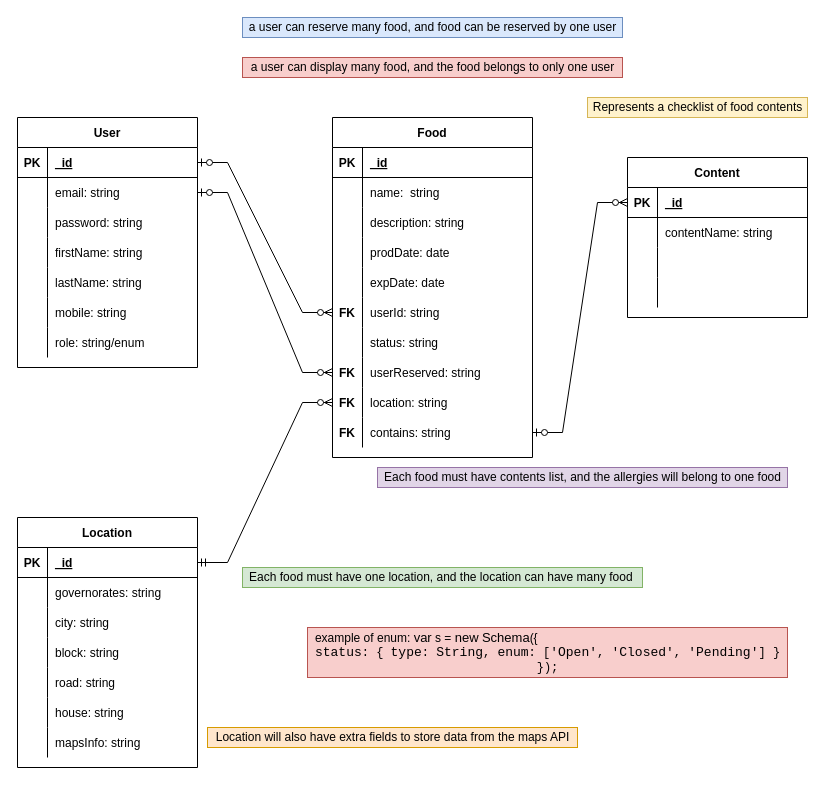
Above: ERD/ERD.drawio in ann-swords/no-more-yo3an-project (draw.io), before the change. Source tidied: cells renumbered, new cells numbered last; positions are measured from the earlier drawing's top-left corner, leaving out a move shared by most shapes. Both pictures are drawn from the tidied source at 100%, with x=0, y=0 at pixel (17, 17).
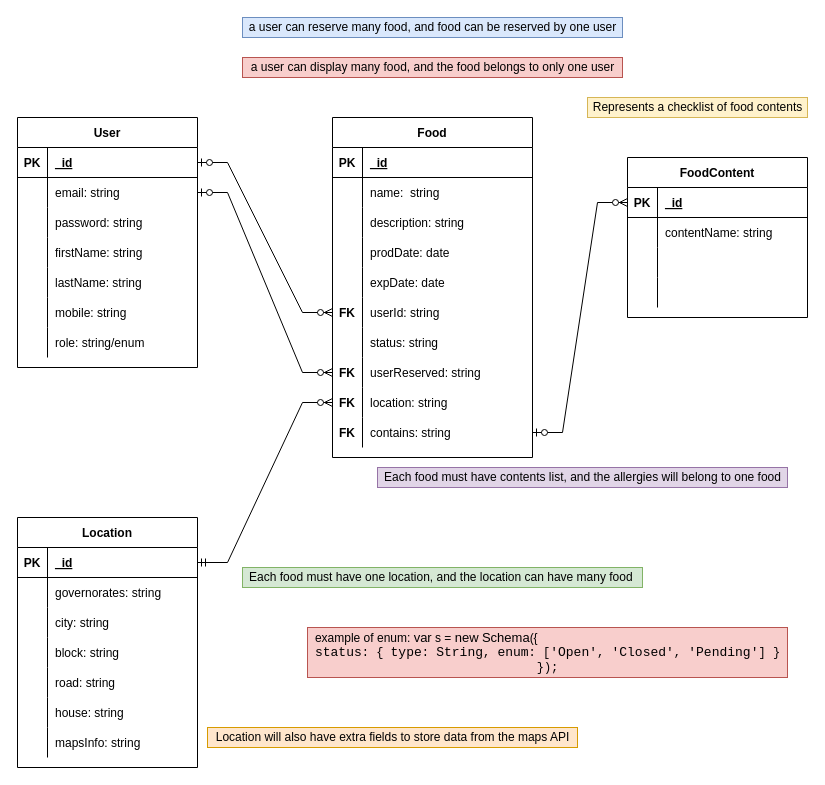
The same page after the edit.

The edit, as a diff of the source:
```diff
@@
-    <mxCell id="88" value="Content" style="shape=table;startSize=30;childLayout=tableLayout;rowLines=0;fontStyle=1;align=center;" parent="1" vertex="1">
+    <mxCell id="88" value="FoodContent" style="shape=table;startSize=30;childLayout=tableLayout;rowLines=0;fontStyle=1;align=center;" parent="1" vertex="1">
       <mxGeometry x="610" y="140" width="180" height="160" as="geometry" />
     </mxCell>
```
